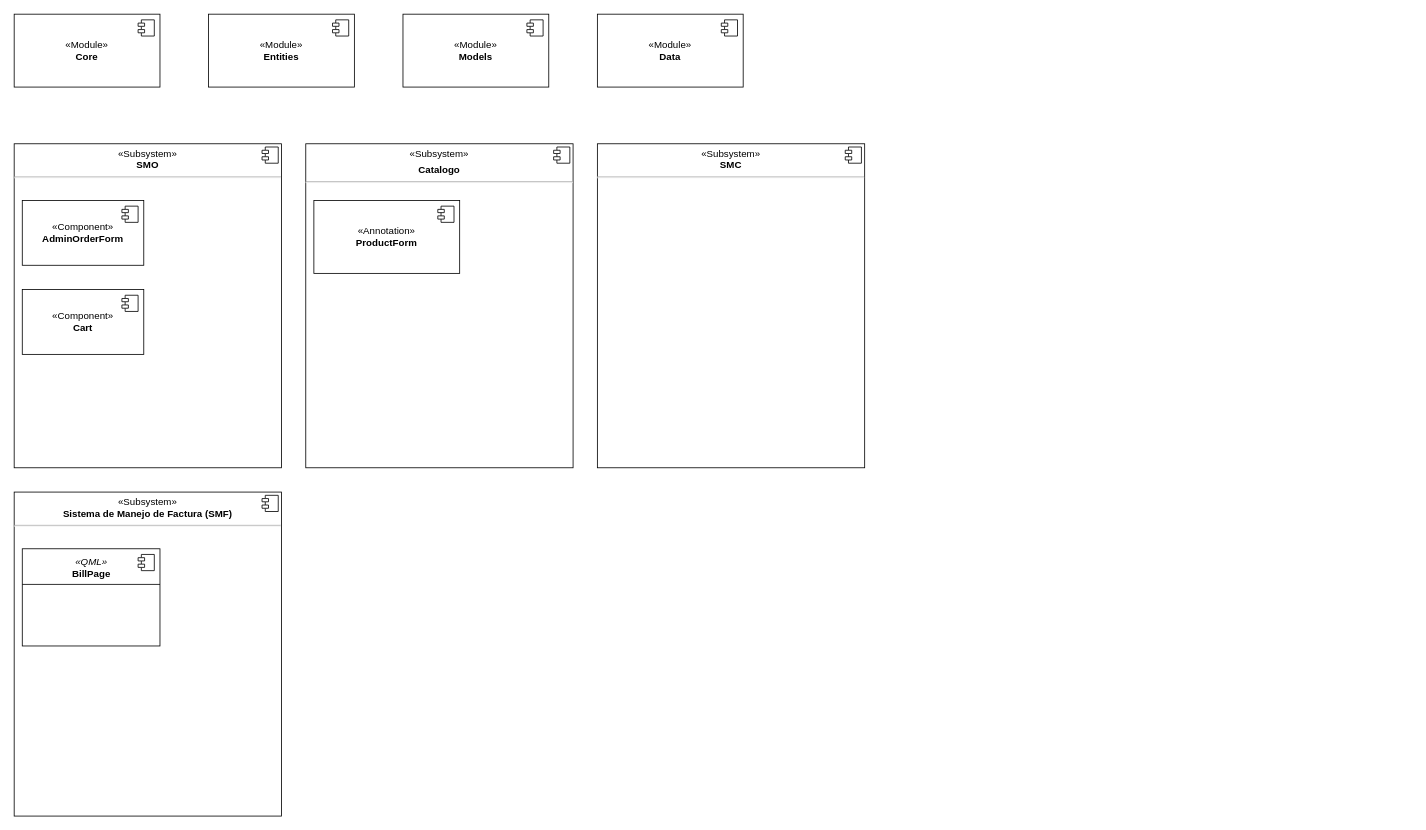
djose1164/cara keeps this draw.io diagram as architecture.drawio. Above is the earlier version. Source tidied: cells renumbered, new cells numbered last; positions are measured from the earlier drawing's top-left corner, leaving out a move shared by most shapes. Both pictures are drawn from the tidied source at 81%, with x=0, y=0 at pixel (14, 14).
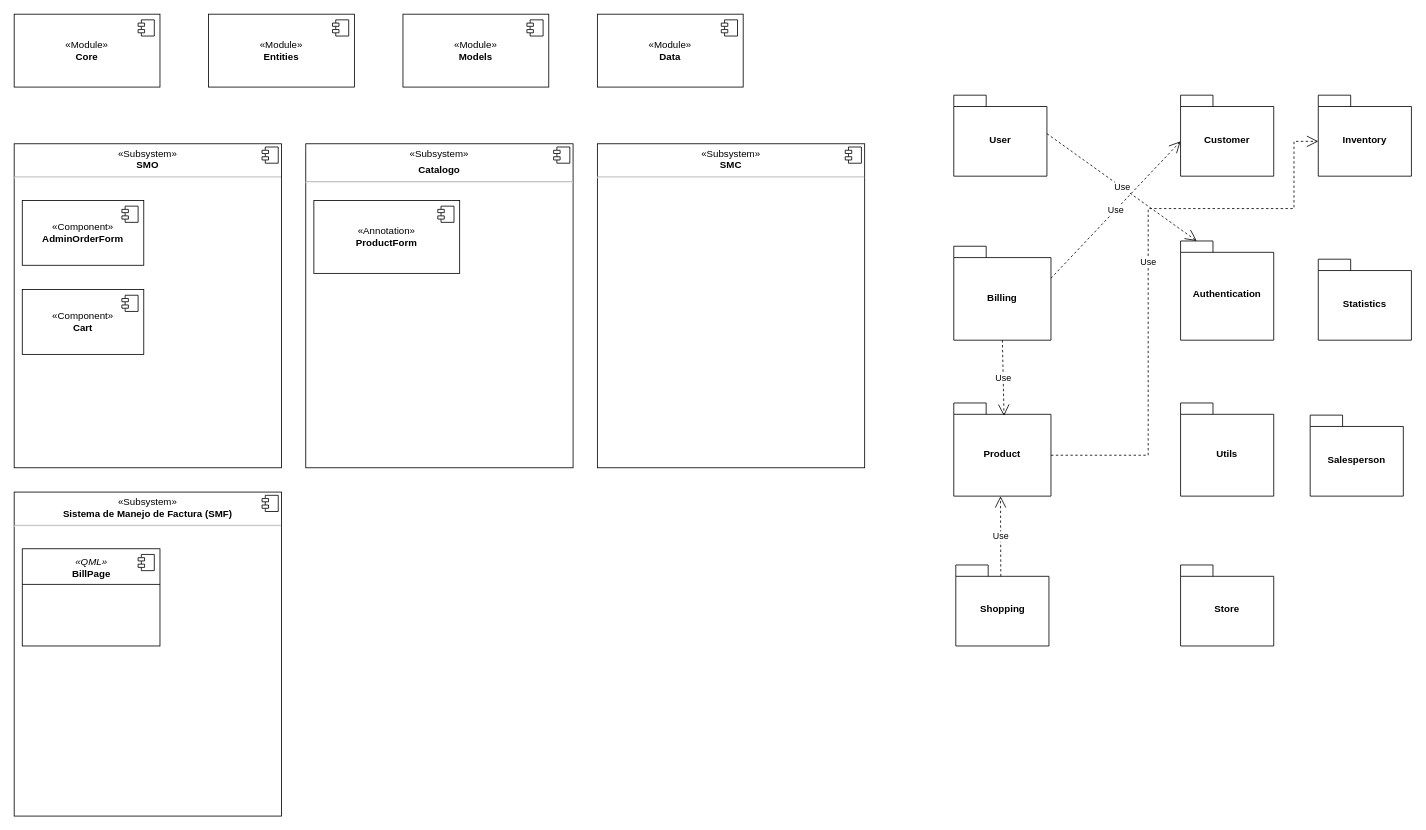
After the change.

The edit, as a diff of the source:
```diff
@@
+    <mxCell id="29" value="Billing" style="shape=folder;fontStyle=1;spacingTop=10;tabWidth=40;tabHeight=14;tabPosition=left;html=1;whiteSpace=wrap;" parent="1" vertex="1">
+      <mxGeometry x="1160" y="286.5" width="120" height="116" as="geometry" />
+    </mxCell>
+    <mxCell id="30" value="Product" style="shape=folder;fontStyle=1;spacingTop=10;tabWidth=40;tabHeight=14;tabPosition=left;html=1;whiteSpace=wrap;" parent="1" vertex="1">
+      <mxGeometry x="1160" y="480" width="120" height="115" as="geometry" />
+    </mxCell>
+    <mxCell id="31" value="&lt;div&gt;User&lt;/div&gt;" style="shape=folder;fontStyle=1;spacingTop=10;tabWidth=40;tabHeight=14;tabPosition=left;html=1;whiteSpace=wrap;" parent="1" vertex="1">
+      <mxGeometry x="1160" y="100" width="115" height="100" as="geometry" />
+    </mxCell>
+    <mxCell id="32" value="Customer" style="shape=folder;fontStyle=1;spacingTop=10;tabWidth=40;tabHeight=14;tabPosition=left;html=1;whiteSpace=wrap;" parent="1" vertex="1">
+      <mxGeometry x="1440" y="100" width="115" height="100" as="geometry" />
+    </mxCell>
+    <mxCell id="33" value="Authentication" style="shape=folder;fontStyle=1;spacingTop=10;tabWidth=40;tabHeight=14;tabPosition=left;html=1;whiteSpace=wrap;" parent="1" vertex="1">
+      <mxGeometry x="1440" y="280" width="115" height="122.5" as="geometry" />
+    </mxCell>
+    <mxCell id="34" value="Utils" style="shape=folder;fontStyle=1;spacingTop=10;tabWidth=40;tabHeight=14;tabPosition=left;html=1;whiteSpace=wrap;" parent="1" vertex="1">
+      <mxGeometry x="1440" y="480" width="115" height="115" as="geometry" />
+    </mxCell>
+    <mxCell id="35" value="&lt;div&gt;Shopping&lt;/div&gt;" style="shape=folder;fontStyle=1;spacingTop=10;tabWidth=40;tabHeight=14;tabPosition=left;html=1;whiteSpace=wrap;" parent="1" vertex="1">
+      <mxGeometry x="1162.5" y="680" width="115" height="100" as="geometry" />
+    </mxCell>
+    <mxCell id="36" value="Inventory" style="shape=folder;fontStyle=1;spacingTop=10;tabWidth=40;tabHeight=14;tabPosition=left;html=1;whiteSpace=wrap;" parent="1" vertex="1">
+      <mxGeometry x="1610" y="100" width="115" height="100" as="geometry" />
+    </mxCell>
+    <mxCell id="37" value="Statistics" style="shape=folder;fontStyle=1;spacingTop=10;tabWidth=40;tabHeight=14;tabPosition=left;html=1;whiteSpace=wrap;" parent="1" vertex="1">
+      <mxGeometry x="1610" y="302.5" width="115" height="100" as="geometry" />
+    </mxCell>
+    <mxCell id="38" value="Salesperson" style="shape=folder;fontStyle=1;spacingTop=10;tabWidth=40;tabHeight=14;tabPosition=left;html=1;whiteSpace=wrap;" parent="1" vertex="1">
+      <mxGeometry x="1600" y="495" width="115" height="100" as="geometry" />
+    </mxCell>
+    <mxCell id="39" value="Store" style="shape=folder;fontStyle=1;spacingTop=10;tabWidth=40;tabHeight=14;tabPosition=left;html=1;whiteSpace=wrap;" parent="1" vertex="1">
+      <mxGeometry x="1440" y="680" width="115" height="100" as="geometry" />
+    </mxCell>
+    <mxCell id="40" value="Use" style="endArrow=open;endSize=12;dashed=1;html=1;rounded=0;exitX=0.5;exitY=1;exitDx=0;exitDy=0;exitPerimeter=0;entryX=0.517;entryY=0.139;entryDx=0;entryDy=0;entryPerimeter=0;" parent="1" edge="1" source="29" target="30">
+      <mxGeometry relative="1" as="geometry" />
+    </mxCell>
+    <mxCell id="41" value="Use" style="endArrow=open;endSize=12;dashed=1;html=1;rounded=0;exitX=0;exitY=0;exitDx=120;exitDy=64.5;exitPerimeter=0;entryX=0;entryY=0;entryDx=0;entryDy=57;entryPerimeter=0;edgeStyle=orthogonalEdgeStyle;" parent="1" edge="1" source="30" target="36">
+      <mxGeometry relative="1" as="geometry">
+        <Array as="points">
+          <mxPoint x="1400" y="545" />
+          <mxPoint x="1400" y="240" />
+          <mxPoint x="1580" y="240" />
+          <mxPoint x="1580" y="157" />
+        </Array>
+      </mxGeometry>
+    </mxCell>
+    <mxCell id="42" value="Use" style="endArrow=open;endSize=12;dashed=1;html=1;rounded=0;exitX=0.483;exitY=0.14;exitDx=0;exitDy=0;exitPerimeter=0;entryX=0.481;entryY=1.001;entryDx=0;entryDy=0;entryPerimeter=0;" parent="1" edge="1" source="35" target="30">
+      <mxGeometry relative="1" as="geometry" />
+    </mxCell>
+    <mxCell id="43" value="Use" style="endArrow=open;endSize=12;dashed=1;html=1;rounded=0;exitX=1;exitY=0.475;exitDx=0;exitDy=0;exitPerimeter=0;entryX=0;entryY=0;entryDx=20;entryDy=0;entryPerimeter=0;" parent="1" edge="1" source="31" target="33">
+      <mxGeometry relative="1" as="geometry" />
+    </mxCell>
+    <mxCell id="44" value="Use" style="endArrow=open;endSize=12;dashed=1;html=1;rounded=0;exitX=0;exitY=0;exitDx=120;exitDy=39.5;exitPerimeter=0;entryX=0;entryY=0;entryDx=0;entryDy=57;entryPerimeter=0;" parent="1" edge="1" source="29" target="32">
+      <mxGeometry relative="1" as="geometry" />
+    </mxCell>
```
